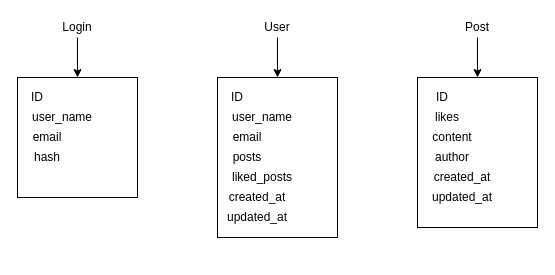
Before: Untitled Diagram.drawio in skhv-a/tweeter-clone, a draw.io diagram. Source tidied: cells renumbered, new cells numbered last; positions are measured from the earlier drawing's top-left corner, leaving out a move shared by most shapes. Both pictures are drawn from the tidied source at 100%, with x=0, y=0 at pixel (17, 17).
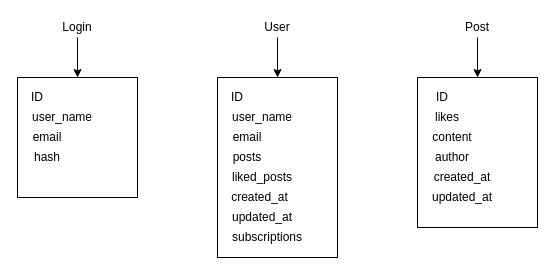
Above is the later version.

The edit, as a diff of the source:
```diff
@@
     <mxCell id="6" style="whiteSpace=wrap;html=1;" parent="1" vertex="1">
-      <mxGeometry x="200" y="60" width="120" height="160" as="geometry" />
+      <mxGeometry x="200" y="60" width="120" height="180" as="geometry" />
     </mxCell>
@@
     <mxCell id="24" value="created_at" style="text;html=1;strokeColor=none;fillColor=none;align=center;verticalAlign=middle;whiteSpace=wrap;rounded=0;" parent="1" vertex="1">
-      <mxGeometry x="200" y="170" width="80" height="20" as="geometry" />
+      <mxGeometry x="200" y="170" width="85" height="20" as="geometry" />
     </mxCell>
     <mxCell id="25" value="updated_at" style="text;html=1;strokeColor=none;fillColor=none;align=center;verticalAlign=middle;whiteSpace=wrap;rounded=0;" parent="1" vertex="1">
-      <mxGeometry x="200" y="190" width="80" height="20" as="geometry" />
+      <mxGeometry x="205" y="190" width="80" height="20" as="geometry" />
     </mxCell>
@@
+    <mxCell id="28" value="subscriptions" style="text;html=1;strokeColor=none;fillColor=none;align=center;verticalAlign=middle;whiteSpace=wrap;rounded=0;" parent="1" vertex="1">
+      <mxGeometry x="200" y="210" width="100" height="20" as="geometry" />
+    </mxCell>
```
